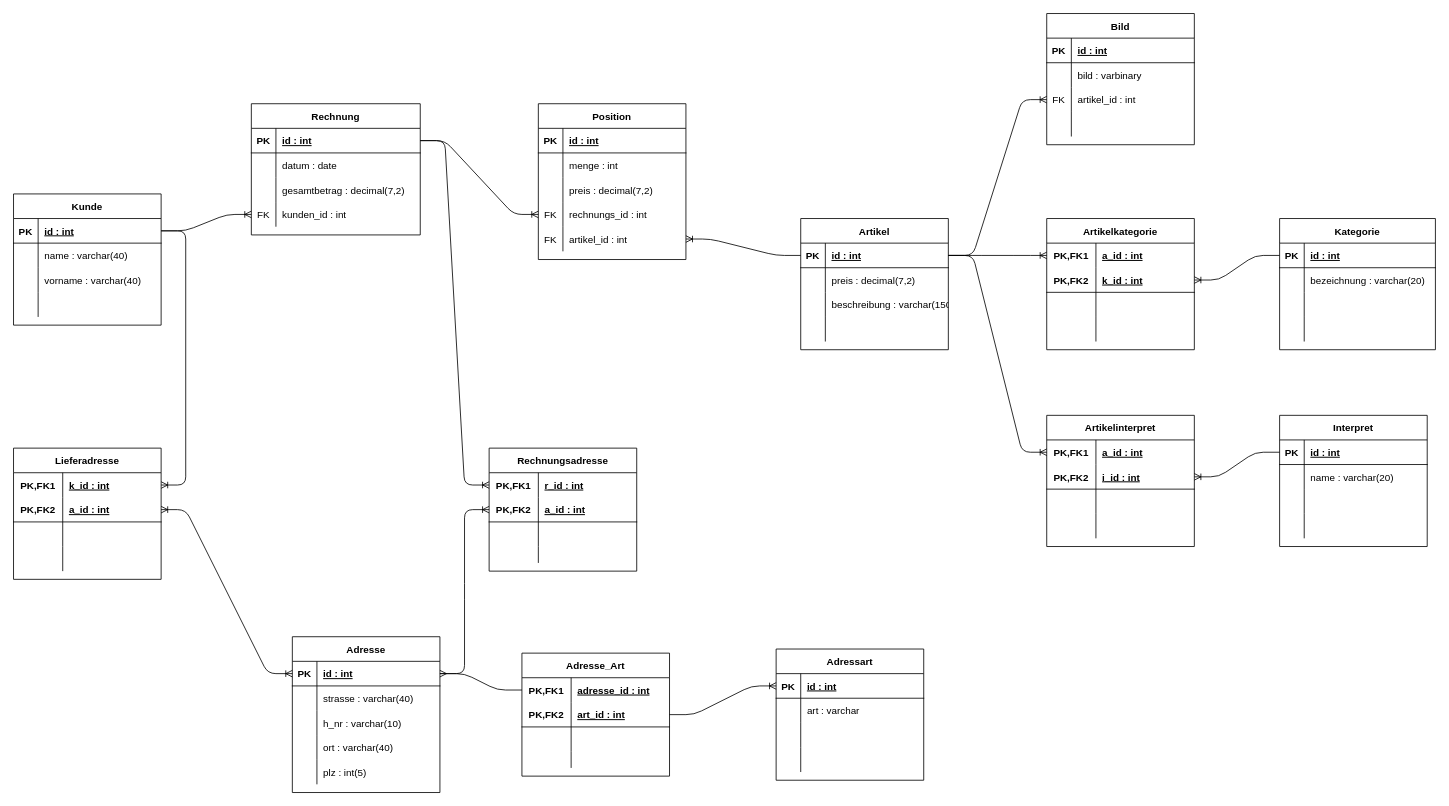
This is DesktopApp/preparation/RelationalesDatenmodell.drawio from PhilDusseldorf/FachSpezII, a draw.io file, before an edit. Source tidied: cells renumbered, new cells numbered last; positions are measured from the earlier drawing's top-left corner, leaving out a move shared by most shapes. Both pictures are drawn from the tidied source at 82%, with x=0, y=0 at pixel (13, 13).
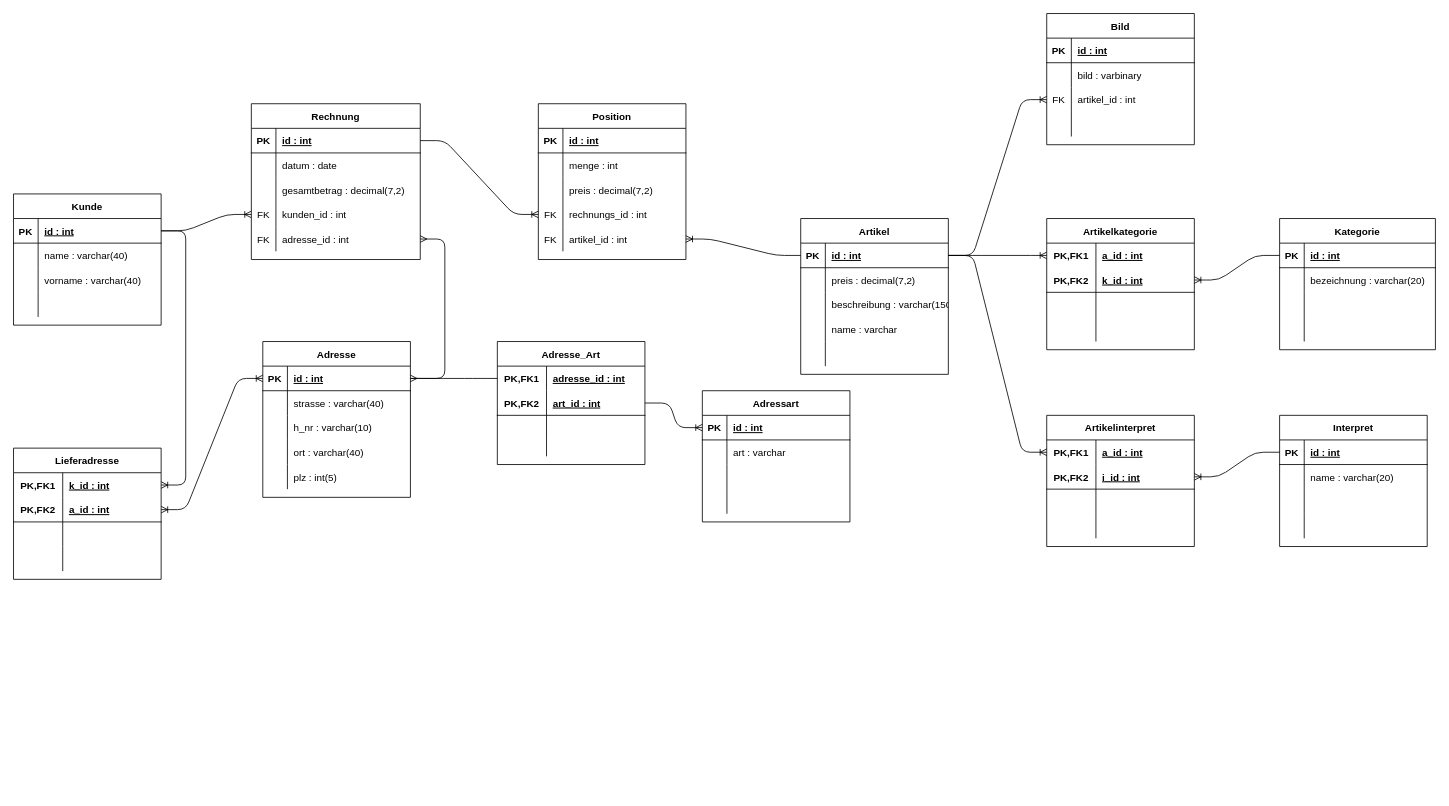
Above is the later version.

The change refers to these unchanged cells:
```xml
<mxCell id="29" style="shape=partialRectangle;fillColor=none;top=0;left=0;bottom=1;right=0;points=[[0,0.5],[1,0.5]];portConstraint=eastwest;" parent="28" vertex="1">
  <mxGeometry y="30" width="180" height="30" as="geometry" />
</mxCell>
<mxCell id="45" style="shape=partialRectangle;fillColor=none;top=0;left=0;bottom=1;right=0;points=[[0,0.5],[1,0.5]];portConstraint=eastwest;" parent="44" vertex="1">
  <mxGeometry y="30" width="206" height="30" as="geometry" />
</mxCell>
```

The edit, as a diff of the source:
```diff
@@
     <mxCell id="28" value="Adresse" style="shape=table;startSize=30;childLayout=tableLayout;rowLines=0;fontStyle=1;align=center;" parent="1" vertex="1">
-      <mxGeometry x="340" y="760" width="180" height="190" as="geometry" />
+      <mxGeometry x="304" y="400" width="180" height="190" as="geometry" />
     </mxCell>
@@
     <mxCell id="44" value="Rechnung" style="shape=table;startSize=30;childLayout=tableLayout;rowLines=0;fontStyle=1;align=center;" parent="1" vertex="1">
-      <mxGeometry x="290" y="110" width="206" height="160" as="geometry" />
+      <mxGeometry x="290" y="110" width="206" height="190" as="geometry" />
     </mxCell>
@@
-    <mxCell id="57" value="Rechnungsadresse" style="shape=table;startSize=30;childLayout=tableLayout;rowLines=0;fontStyle=1;align=center;" parent="1" vertex="1">
-      <mxGeometry x="580" y="530" width="180" height="150" as="geometry" />
-    </mxCell>
-    <mxCell id="58" style="shape=partialRectangle;fillColor=none;top=0;left=0;bottom=0;right=0;points=[[0,0.5],[1,0.5]];portConstraint=eastwest;" parent="57" vertex="1">
-      <mxGeometry y="30" width="180" height="30" as="geometry" />
-    </mxCell>
-    <mxCell id="59" value="PK,FK1" style="shape=partialRectangle;fillColor=none;top=0;left=0;bottom=0;right=0;fontStyle=1;overflow=hidden;" parent="58" vertex="1">
-      <mxGeometry width="60" height="30" as="geometry" />
-    </mxCell>
-    <mxCell id="60" value="r_id : int" style="shape=partialRectangle;fillColor=none;top=0;left=0;bottom=0;right=0;align=left;spacingLeft=6;fontStyle=5;overflow=hidden;" parent="58" vertex="1">
-      <mxGeometry x="60" width="120" height="30" as="geometry" />
-    </mxCell>
-    <mxCell id="61" style="shape=partialRectangle;fillColor=none;top=0;left=0;bottom=1;right=0;points=[[0,0.5],[1,0.5]];portConstraint=eastwest;" parent="57" vertex="1">
-      <mxGeometry y="60" width="180" height="30" as="geometry" />
-    </mxCell>
-    <mxCell id="62" value="PK,FK2" style="shape=partialRectangle;fillColor=none;top=0;left=0;bottom=0;right=0;fontStyle=1;overflow=hidden;" parent="61" vertex="1">
-      <mxGeometry width="60" height="30" as="geometry" />
-    </mxCell>
-    <mxCell id="63" value="a_id : int" style="shape=partialRectangle;fillColor=none;top=0;left=0;bottom=0;right=0;align=left;spacingLeft=6;fontStyle=5;overflow=hidden;" parent="61" vertex="1">
-      <mxGeometry x="60" width="120" height="30" as="geometry" />
-    </mxCell>
-    <mxCell id="64" style="shape=partialRectangle;fillColor=none;top=0;left=0;bottom=0;right=0;" parent="57" vertex="1">
-      <mxGeometry y="90" width="180" height="30" as="geometry" />
-    </mxCell>
-    <mxCell id="65" style="shape=partialRectangle;fillColor=none;top=0;left=0;bottom=0;right=0;overflow=hidden;" parent="64" vertex="1">
-      <mxGeometry width="60" height="30" as="geometry" />
-    </mxCell>
-    <mxCell id="66" style="shape=partialRectangle;fillColor=none;top=0;left=0;bottom=0;right=0;align=left;spacingLeft=6;overflow=hidden;" parent="64" vertex="1">
-      <mxGeometry x="60" width="120" height="30" as="geometry" />
-    </mxCell>
-    <mxCell id="67" style="shape=partialRectangle;fillColor=none;top=0;left=0;bottom=0;right=0;" parent="57" vertex="1">
-      <mxGeometry y="120" width="180" height="20" as="geometry" />
-    </mxCell>
-    <mxCell id="68" style="shape=partialRectangle;fillColor=none;top=0;left=0;bottom=0;right=0;overflow=hidden;" parent="67" vertex="1">
-      <mxGeometry width="60" height="20" as="geometry" />
-    </mxCell>
-    <mxCell id="69" style="shape=partialRectangle;fillColor=none;top=0;left=0;bottom=0;right=0;align=left;spacingLeft=6;overflow=hidden;" parent="67" vertex="1">
-      <mxGeometry x="60" width="120" height="20" as="geometry" />
-    </mxCell>
+    <mxCell id="204" style="shape=partialRectangle;fillColor=none;top=0;left=0;bottom=0;right=0;points=[[0,0.5],[1,0.5]];portConstraint=eastwest;" parent="44" vertex="1">
+      <mxGeometry y="150" width="206" height="30" as="geometry" />
+    </mxCell>
+    <mxCell id="205" value="FK" style="shape=partialRectangle;fillColor=none;top=0;left=0;bottom=0;right=0;fontStyle=0;overflow=hidden;" parent="204" vertex="1">
+      <mxGeometry width="30" height="30" as="geometry" />
+    </mxCell>
+    <mxCell id="206" value="adresse_id : int" style="shape=partialRectangle;fillColor=none;top=0;left=0;bottom=0;right=0;align=left;spacingLeft=6;fontStyle=0;overflow=hidden;" parent="204" vertex="1">
+      <mxGeometry x="30" width="176" height="30" as="geometry" />
+    </mxCell>
@@
     <mxCell id="89" value="Artikel" style="shape=table;startSize=30;childLayout=tableLayout;rowLines=0;fontStyle=1;align=center;" parent="1" vertex="1">
-      <mxGeometry x="960" y="250" width="180" height="160" as="geometry" />
+      <mxGeometry x="960" y="250" width="180" height="190" as="geometry" />
     </mxCell>
@@
+    <mxCell id="207" style="shape=partialRectangle;fillColor=none;top=0;left=0;bottom=0;right=0;" parent="89" vertex="1">
+      <mxGeometry y="120" width="180" height="30" as="geometry" />
+    </mxCell>
+    <mxCell id="208" style="shape=partialRectangle;fillColor=none;top=0;left=0;bottom=0;right=0;overflow=hidden;" parent="207" vertex="1">
+      <mxGeometry width="30" height="30" as="geometry" />
+    </mxCell>
+    <mxCell id="209" value="name : varchar" style="shape=partialRectangle;fillColor=none;top=0;left=0;bottom=0;right=0;align=left;spacingLeft=6;overflow=hidden;" parent="207" vertex="1">
+      <mxGeometry x="30" width="150" height="30" as="geometry" />
+    </mxCell>
     <mxCell id="99" style="shape=partialRectangle;fillColor=none;top=0;left=0;bottom=0;right=0;" parent="89" vertex="1">
-      <mxGeometry y="120" width="180" height="30" as="geometry" />
+      <mxGeometry y="150" width="180" height="30" as="geometry" />
     </mxCell>
@@
-    <mxCell id="174" style="edgeStyle=entityRelationEdgeStyle;fontSize=12;html=1;endArrow=ERoneToMany;exitX=1;exitY=0.5;exitDx=0;exitDy=0;" parent="1" edge="1" source="29" target="61">
-      <mxGeometry relative="1" as="geometry" />
-    </mxCell>
-    <mxCell id="175" style="edgeStyle=entityRelationEdgeStyle;fontSize=12;html=1;endArrow=ERoneToMany;exitX=1;exitY=0.5;exitDx=0;exitDy=0;entryX=0;entryY=0.5;entryDx=0;entryDy=0;" parent="1" edge="1" source="45" target="58">
-      <mxGeometry relative="1" as="geometry" />
-    </mxCell>
     <mxCell id="176" value="Adressart" style="shape=table;startSize=30;childLayout=tableLayout;rowLines=0;fontStyle=1;align=center;" parent="1" vertex="1">
-      <mxGeometry x="930" y="775" width="180" height="160" as="geometry" />
+      <mxGeometry x="840" y="460" width="180" height="160" as="geometry" />
     </mxCell>
@@
     <mxCell id="189" value="Adresse_Art" style="shape=table;startSize=30;childLayout=tableLayout;rowLines=0;fontStyle=1;align=center;" parent="1" vertex="1">
-      <mxGeometry x="620" y="780" width="180" height="150" as="geometry" />
+      <mxGeometry x="590" y="400" width="180" height="150" as="geometry" />
     </mxCell>
@@
+    <mxCell id="210" style="edgeStyle=entityRelationEdgeStyle;fontSize=12;html=1;endArrow=ERmany;exitX=1;exitY=0.5;exitDx=0;exitDy=0;" parent="1" edge="1" source="29" target="204">
+      <mxGeometry relative="1" as="geometry" />
+    </mxCell>
```
